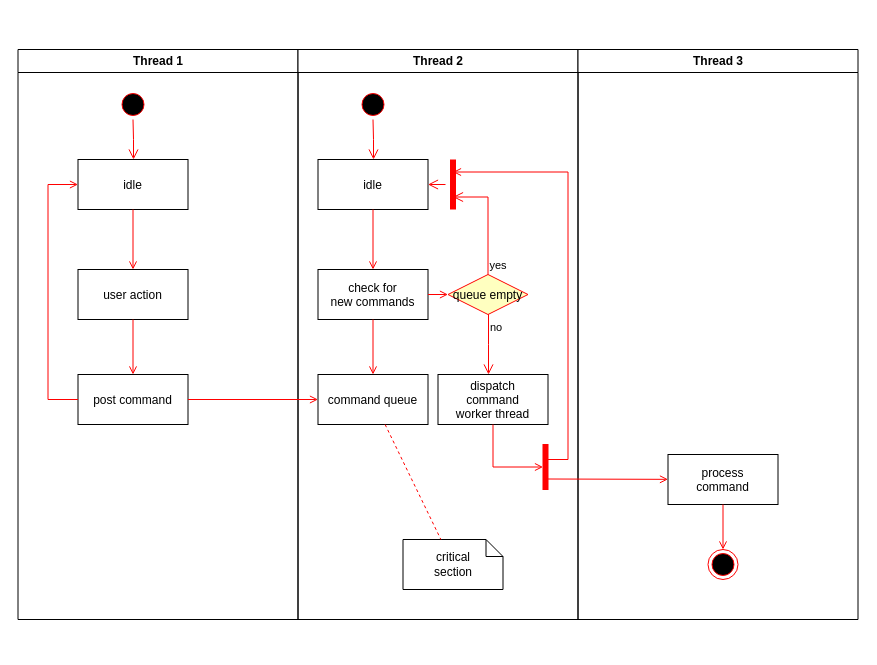
The draw.io diagram Untitled Diagram.drawio in okakousuke/atomsettingdata, before the edit. Source tidied: cells renumbered, new cells numbered last; positions are measured from the earlier drawing's top-left corner, leaving out a move shared by most shapes. Both pictures are drawn from the tidied source at 100%, with x=0, y=0 at pixel (17, 49).
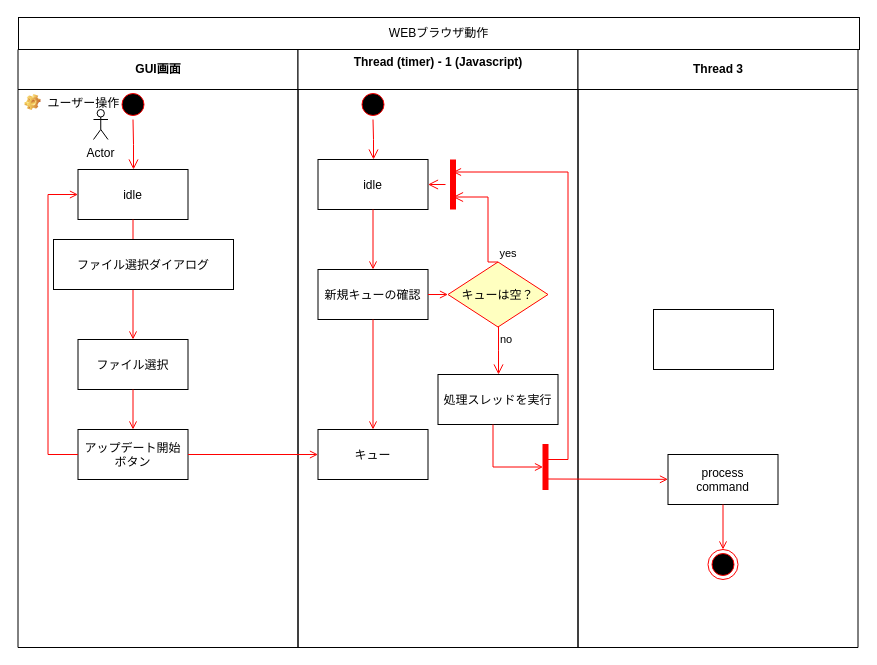
Above is the later version.

Commit message (it also covers changes not shown here):
Untitled Diagram.drawio を更新します

Diff of the diagram source:
```diff
@@
-    <mxCell id="2" value="Thread 1" style="swimlane;whiteSpace=wrap;" parent="1" vertex="1">
-      <mxGeometry x="0.5" width="280" height="570" as="geometry" />
+    <mxCell id="2" value="GUI画面" style="swimlane;whiteSpace=wrap;startSize=40;" parent="1" vertex="1">
+      <mxGeometry x="0.5" width="280" height="598" as="geometry" />
     </mxCell>
@@
     <mxCell id="5" value="idle" parent="2" vertex="1">
-      <mxGeometry x="60" y="110" width="110" height="50" as="geometry" />
+      <mxGeometry x="60" y="120" width="110" height="50" as="geometry" />
     </mxCell>
-    <mxCell id="6" value="user action" parent="2" vertex="1">
-      <mxGeometry x="60" y="220" width="110" height="50" as="geometry" />
+    <mxCell id="6" value="ファイル選択" parent="2" vertex="1">
+      <mxGeometry x="60" y="290" width="110" height="50" as="geometry" />
     </mxCell>
@@
-    <mxCell id="8" value="post command" parent="2" vertex="1">
-      <mxGeometry x="60" y="325" width="110" height="50" as="geometry" />
+    <mxCell id="8" value="アップデート開始&#10;ボタン" parent="2" vertex="1">
+      <mxGeometry x="60" y="380" width="110" height="50" as="geometry" />
     </mxCell>
@@
+    <mxCell id="37" value="Actor" style="shape=umlActor;verticalLabelPosition=bottom;verticalAlign=top;html=1;" parent="2" vertex="1">
+      <mxGeometry x="75.5" y="60" width="14.5" height="30" as="geometry" />
+    </mxCell>
+    <mxCell id="38" value="ファイル選択ダイアログ" parent="2" vertex="1">
+      <mxGeometry x="35.5" y="190" width="180" height="50" as="geometry" />
+    </mxCell>
+    <mxCell id="39" value="ユーザー操作" style="label;fontStyle=0;strokeColor=none;fillColor=none;align=left;verticalAlign=top;overflow=hidden;spacingLeft=28;spacingRight=4;imageWidth=16;imageHeight=16;image=img/clipart/Gear_128x128.png;" parent="2" vertex="1">
+      <mxGeometry y="40" width="120" height="26" as="geometry" />
+    </mxCell>
-    <mxCell id="11" value="Thread 2" style="swimlane;whiteSpace=wrap;" parent="1" vertex="1">
-      <mxGeometry x="280.5" width="280" height="570" as="geometry" />
+    <mxCell id="11" value="Thread (timer) - 1 (Javascript)&#10;" style="swimlane;whiteSpace=wrap;startSize=40;" parent="1" vertex="1">
+      <mxGeometry x="280.5" width="280" height="598" as="geometry" />
     </mxCell>
@@
-    <mxCell id="15" value="check for &#10;new commands" parent="11" vertex="1">
+    <mxCell id="15" value="新規キューの確認" parent="11" vertex="1">
       <mxGeometry x="20" y="220" width="110" height="50" as="geometry" />
     </mxCell>
@@
-    <mxCell id="17" value="command queue" parent="11" vertex="1">
-      <mxGeometry x="20" y="325" width="110" height="50" as="geometry" />
+    <mxCell id="17" value="キュー" parent="11" vertex="1">
+      <mxGeometry x="20" y="380" width="110" height="50" as="geometry" />
     </mxCell>
@@
-    <mxCell id="19" value="queue empty" style="rhombus;fillColor=#ffffc0;strokeColor=#ff0000;" parent="11" vertex="1">
-      <mxGeometry x="150" y="225" width="80" height="40" as="geometry" />
+    <mxCell id="19" value="キューは空？" style="rhombus;fillColor=#ffffc0;strokeColor=#ff0000;" parent="11" vertex="1">
+      <mxGeometry x="150" y="212.5" width="100" height="65" as="geometry" />
     </mxCell>
@@
-    <mxCell id="25" value="dispatch&#10;command&#10;worker thread" parent="11" vertex="1">
-      <mxGeometry x="140" y="325" width="110" height="50" as="geometry" />
+    <mxCell id="25" value="処理スレッドを実行" parent="11" vertex="1">
+      <mxGeometry x="140" y="325" width="120" height="50" as="geometry" />
     </mxCell>
-    <mxCell id="26" value="critical&#10;section" style="shape=note;whiteSpace=wrap;size=17;" parent="11" vertex="1">
-      <mxGeometry x="105" y="490" width="100" height="50" as="geometry" />
-    </mxCell>
-    <mxCell id="27" style="endArrow=none;strokeColor=#FF0000;endFill=0;rounded=0;dashed=1;" parent="11" edge="1" source="17" target="26">
-      <mxGeometry relative="1" as="geometry" />
-    </mxCell>
@@
-    <mxCell id="30" value="Thread 3" style="swimlane;whiteSpace=wrap;" parent="1" vertex="1">
-      <mxGeometry x="560.5" width="280" height="570" as="geometry" />
+    <mxCell id="30" value="Thread 3" style="swimlane;whiteSpace=wrap;startSize=40;" parent="1" vertex="1">
+      <mxGeometry x="560.5" width="280" height="598" as="geometry" />
     </mxCell>
@@
+    <mxCell id="40" style="rounded=0;whiteSpace=wrap;html=1;" parent="1" vertex="1">
+      <mxGeometry x="636" y="260" width="120" height="60" as="geometry" />
+    </mxCell>
+    <mxCell id="41" value="WEBブラウザ動作" style="rounded=0;whiteSpace=wrap;html=1;" parent="1" vertex="1">
+      <mxGeometry x="1" y="-32" width="841" height="32" as="geometry" />
+    </mxCell>
```
